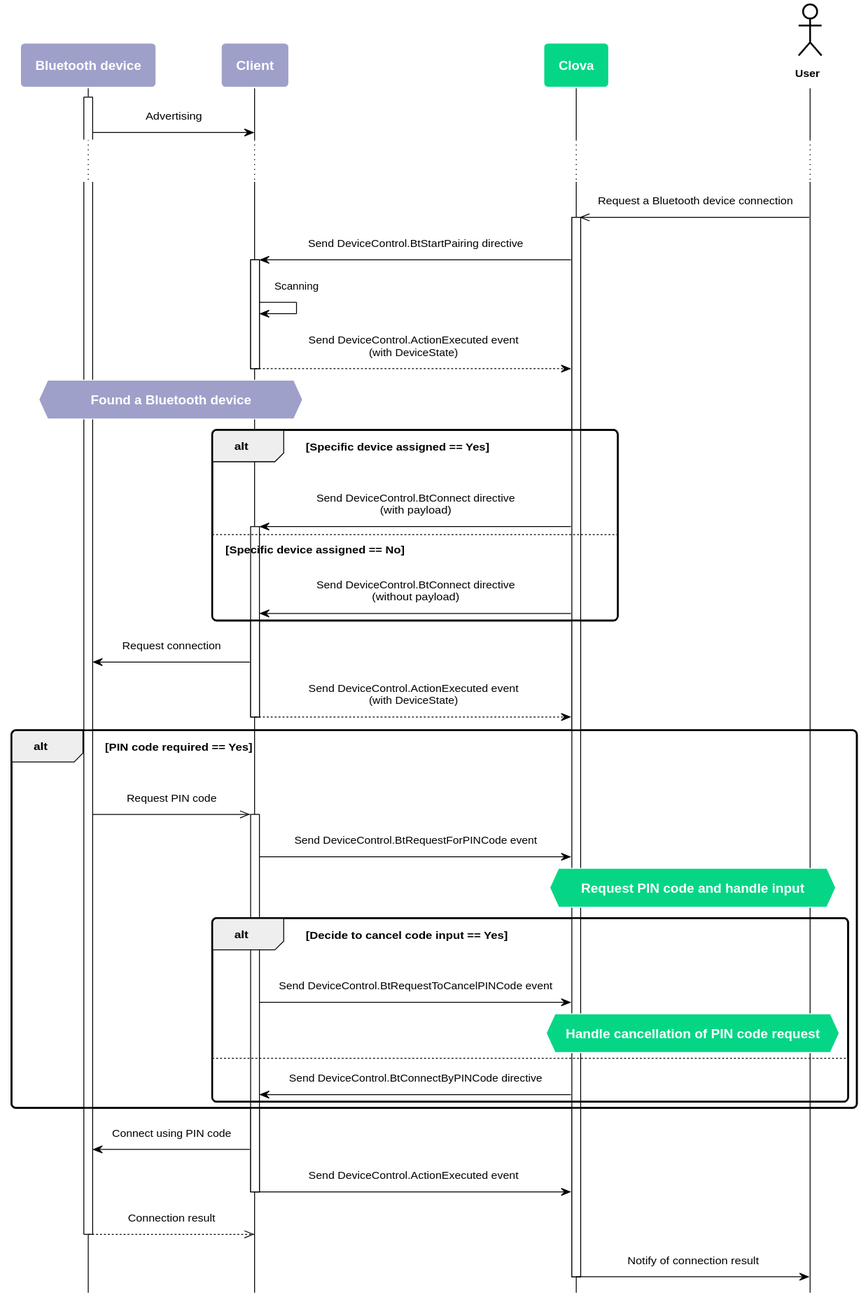
This is en-KR/Develop/Assets/Images/CIC_DeviceControl_Work_Flow3.svg from muchokwon/clova-client-developer-guide, a PlantUML export, as it was before one commit. Its diagram source:
```plantuml
@startuml
scale max 880 width
skinparam sequenceMessageAlign center
skinparam shadowing false
skinparam roundcorner 10
skinparam padding 10
skinparam defaultFontSize 12
skinparam sequence {
	ArrowColor #000000
	ActorBorderColor #000000
	ActorFontStyle Bolder

	LifeLineBorderColor #000000
	LifeLineBackgroundColor transparent
	ParticipantBorderColor transparent
	ParticipantFontSize 14
	ParticipantFontColor #ffffff
	ParticipantFontStyle bold

	BoxBorderColor #000000
	BoxFontColor #ffffff
    BoxFontSize 14
    BoxFontStyle bold
}
skinparam note {
	BackgroundColor #9EA0CA
	BorderColor #ffffff
	FontColor #ffffff
	FontSize 14
	FontStyle bold
}
hide footbox

participant "Bluetooth device" as device #9EA0CA
participant Client as client #9EA0CA
participant "Clova" as clova #05D686
actor User as user #9EA0
activate device
device -> client: Advertising
...
user ->> clova : Request a Bluetooth device connection
activate clova
  clova -> client : Send DeviceControl.BtStartPairing directive

activate client
  client -> client : Scanning
  client --> clova : Send DeviceControl.ActionExecuted event\n(with DeviceState)
  hnote over client, device : Found a Bluetooth device
deactivate client

 alt Specific device assigned == Yes
	clova -> client : Send DeviceControl.BtConnect directive\n(with payload)

	activate client
 else Specific device assigned == No
    clova -> client : Send DeviceControl.BtConnect directive\n(without payload)
end

  client -> device : Request connection
  client --> clova : Send DeviceControl.ActionExecuted event\n(with DeviceState)

	deactivate client
  alt PIN code required == Yes
	device ->> client : Request PIN code

	activate client
	client -> clova : Send DeviceControl.BtRequestForPINCode event
    hnote over clova, user #05D686 : Request PIN code and handle input

    alt Decide to cancel code input == Yes
		client -> clova : Send DeviceControl.BtRequestToCancelPINCode event
		hnote over clova, user #05D686 : Handle cancellation of PIN code request
    else
 		clova -> client : Send DeviceControl.BtConnectByPINCode directive
	end
  end
    client -> device : Connect using PIN code
    client -> clova : Send DeviceControl.ActionExecuted event

	deactivate client
	device -->> client : Connection result
 deactivate device

  clova -> user : Notify of connection result

deactivate clova

@enduml
```
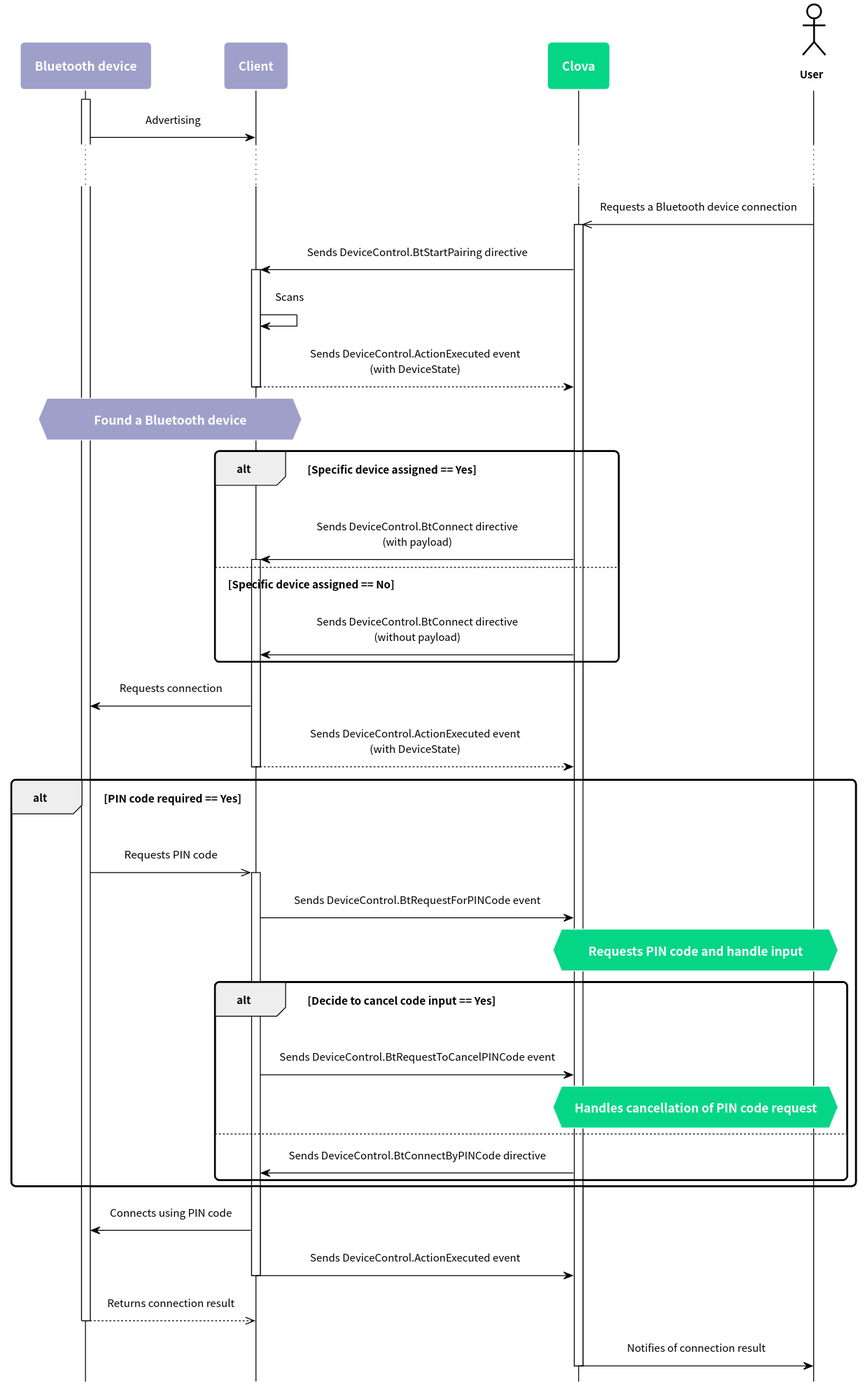
The same diagram one commit later.

The edit, as a diff of the source:
```diff
@@ -5,31 +5,49 @@
 skinparam roundcorner 10
 skinparam padding 10
 skinparam defaultFontSize 12
+skinparam defaultFontName "Noto Sans CJK KR"
+
+skinparam note {
+  BackgroundColor #9EA0CA
+  BorderColor #ffffff
+  FontColor #ffffff
+  FontSize 14
+  FontStyle bold
+}
+
 skinparam sequence {
-	ArrowColor #000000
-	ActorBorderColor #000000
-	ActorFontStyle Bolder
+  ArrowColor #000000
+  ActorBorderColor #000000
+  ActorFontStyle Bolder
 
-	LifeLineBorderColor #000000
-	LifeLineBackgroundColor transparent
-	ParticipantBorderColor transparent
-	ParticipantFontSize 14
-	ParticipantFontColor #ffffff
-	ParticipantFontStyle bold
 
-	BoxBorderColor #000000
-	BoxFontColor #ffffff
+  LifeLineBorderColor #000000
+  LifeLineBackgroundColor transparent
+  ParticipantBorderColor transparent
+  ParticipantFontSize 14
+  ParticipantFontColor #ffffff
+  ParticipantFontStyle bold
+
+  BoxBorderColor #000000
+  BoxFontColor #ffffff
     BoxFontSize 14
     BoxFontStyle bold
 }
-skinparam note {
-	BackgroundColor #9EA0CA
-	BorderColor #ffffff
-	FontColor #ffffff
-	FontSize 14
-	FontStyle bold
+hide footbox
+
+skinparam activity {
+  BackgroundColor #9EA0CA
+  BarColor #ffffff
+  BorderColor #ffffff
+  DiamondBackgroundColor #05D686
+  DiamondBorderColor #ffffff
+  DiamondFontColor #ffffff
+  DiamondFontSize 14
+  DiamondFontStyle bold
+  FontColor #ffffff
+  FontSize 14
+  FontStyle bold
 }
-hide footbox
 
 participant "Bluetooth device" as device #9EA0CA
 participant Client as client #9EA0CA
@@ -38,50 +56,50 @@
 activate device
 device -> client: Advertising
 ...
-user ->> clova : Request a Bluetooth device connection
+user ->> clova : Requests a Bluetooth device connection
 activate clova
-  clova -> client : Send DeviceControl.BtStartPairing directive
+  clova -> client : Sends DeviceControl.BtStartPairing directive
 
 activate client
-  client -> client : Scanning
-  client --> clova : Send DeviceControl.ActionExecuted event\n(with DeviceState)
+  client -> client : Scans
+  client --> clova : Sends DeviceControl.ActionExecuted event\n(with DeviceState)
   hnote over client, device : Found a Bluetooth device
 deactivate client
 
  alt Specific device assigned == Yes
-	clova -> client : Send DeviceControl.BtConnect directive\n(with payload)
+	clova -> client : Sends DeviceControl.BtConnect directive\n(with payload)
 
 	activate client
  else Specific device assigned == No
-    clova -> client : Send DeviceControl.BtConnect directive\n(without payload)
+    clova -> client : Sends DeviceControl.BtConnect directive\n(without payload)
 end
 
-  client -> device : Request connection
-  client --> clova : Send DeviceControl.ActionExecuted event\n(with DeviceState)
+  client -> device : Requests connection
+  client --> clova : Sends DeviceControl.ActionExecuted event\n(with DeviceState)
 
 	deactivate client
   alt PIN code required == Yes
-	device ->> client : Request PIN code
+	device ->> client : Requests PIN code
 
 	activate client
-	client -> clova : Send DeviceControl.BtRequestForPINCode event
-    hnote over clova, user #05D686 : Request PIN code and handle input
+	client -> clova : Sends DeviceControl.BtRequestForPINCode event
+    hnote over clova, user #05D686 : Requests PIN code and handle input
 
     alt Decide to cancel code input == Yes
-		client -> clova : Send DeviceControl.BtRequestToCancelPINCode event
-		hnote over clova, user #05D686 : Handle cancellation of PIN code request
+		client -> clova : Sends DeviceControl.BtRequestToCancelPINCode event
+		hnote over clova, user #05D686 : Handles cancellation of PIN code request
     else
- 		clova -> client : Send DeviceControl.BtConnectByPINCode directive
+ 		clova -> client : Sends DeviceControl.BtConnectByPINCode directive
 	end
   end
-    client -> device : Connect using PIN code
-    client -> clova : Send DeviceControl.ActionExecuted event
+    client -> device : Connects using PIN code
+    client -> clova : Sends DeviceControl.ActionExecuted event
 
 	deactivate client
-	device -->> client : Connection result
+	device -->> client : Returns connection result
  deactivate device
 
-  clova -> user : Notify of connection result
+  clova -> user : Notifies of connection result
 
 deactivate clova
 
```
